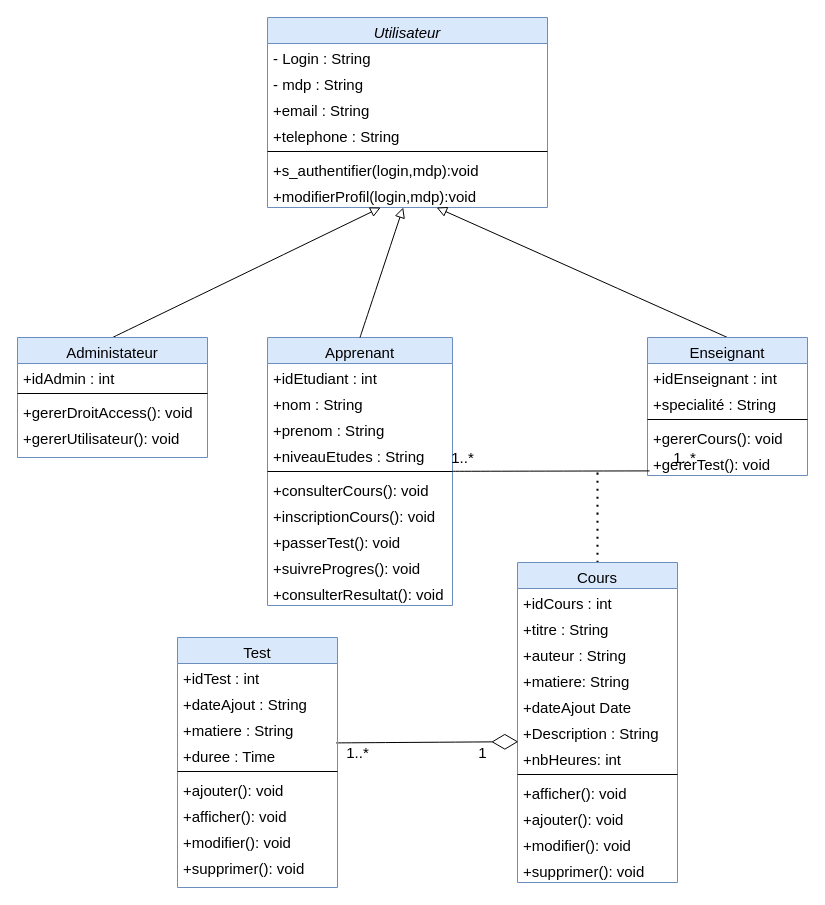
Above: Conception/class_diagram.drawio in RideneEmna/LMS_Intelligent_stage (draw.io), before the change. Source tidied: cells renumbered, new cells numbered last; positions are measured from the earlier drawing's top-left corner, leaving out a move shared by most shapes. Both pictures are drawn from the tidied source at 100%, with x=0, y=0 at pixel (17, 17).
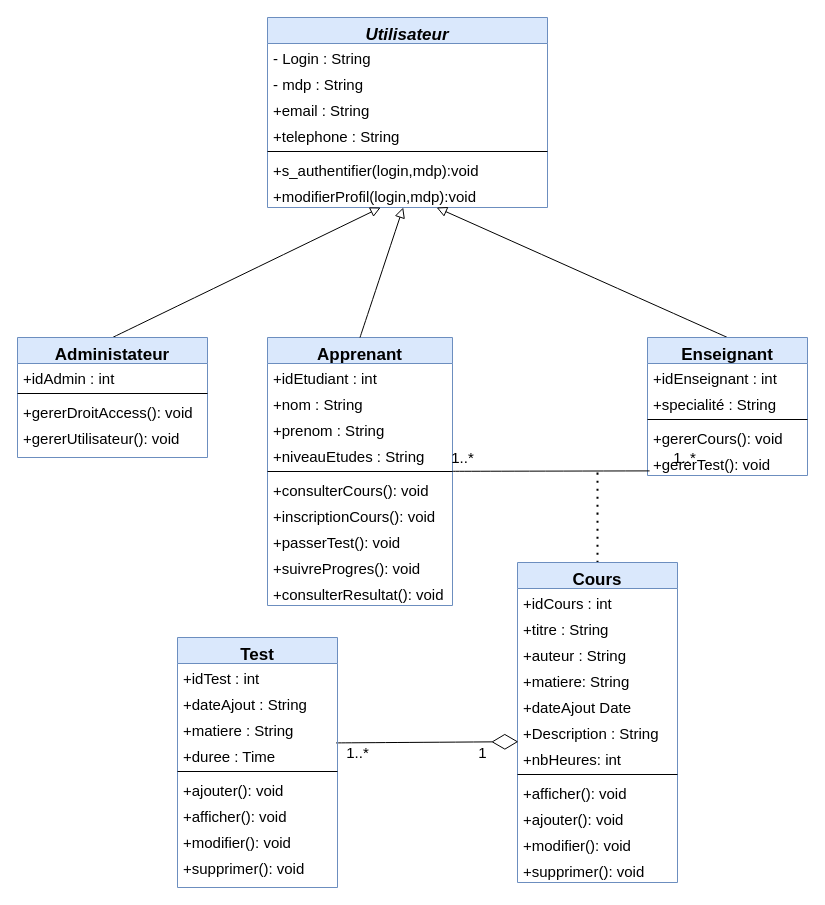
Above is the later version.

Change to the diagram source:
```diff
@@
-    <mxCell id="2" value="Utilisateur" style="swimlane;fontStyle=2;align=center;verticalAlign=top;horizontal=1;startSize=26;rounded=0;shadow=0;strokeWidth=1;fillColor=#dae8fc;strokeColor=#6c8ebf;fontSize=15;" parent="1" vertex="1">
+    <mxCell id="2" value="Utilisateur" style="swimlane;fontStyle=3;align=center;verticalAlign=top;horizontal=1;startSize=26;rounded=0;shadow=0;strokeWidth=1;fillColor=#dae8fc;strokeColor=#6c8ebf;fontSize=17;" parent="1" vertex="1">
       <mxGeometry x="250" width="280" height="190" as="geometry" />
     </mxCell>
@@
-    <mxCell id="10" value="Apprenant" style="swimlane;fontStyle=0;align=center;verticalAlign=top;horizontal=1;startSize=26;rounded=0;shadow=0;strokeWidth=1;fillColor=#dae8fc;strokeColor=#6c8ebf;fontSize=15;" parent="1" vertex="1">
+    <mxCell id="10" value="Apprenant" style="swimlane;fontStyle=1;align=center;verticalAlign=top;horizontal=1;startSize=26;rounded=0;shadow=0;strokeWidth=1;fillColor=#dae8fc;strokeColor=#6c8ebf;fontSize=17;" parent="1" vertex="1">
       <mxGeometry x="250" y="320" width="185" height="268" as="geometry" />
     </mxCell>
@@
-    <mxCell id="22" value="Administateur" style="swimlane;fontStyle=0;align=center;verticalAlign=top;horizontal=1;startSize=26;rounded=0;shadow=0;strokeWidth=1;fillColor=#dae8fc;strokeColor=#6c8ebf;fontSize=15;" parent="1" vertex="1">
+    <mxCell id="22" value="Administateur" style="swimlane;fontStyle=1;align=center;verticalAlign=top;horizontal=1;startSize=26;rounded=0;shadow=0;strokeWidth=1;fillColor=#dae8fc;strokeColor=#6c8ebf;fontSize=17;" parent="1" vertex="1">
       <mxGeometry y="320" width="190" height="120" as="geometry" />
     </mxCell>
@@
-    <mxCell id="28" value="Enseignant" style="swimlane;fontStyle=0;align=center;verticalAlign=top;horizontal=1;startSize=26;rounded=0;shadow=0;strokeWidth=1;fillColor=#dae8fc;strokeColor=#6c8ebf;fontSize=15;" parent="1" vertex="1">
+    <mxCell id="28" value="Enseignant" style="swimlane;fontStyle=1;align=center;verticalAlign=top;horizontal=1;startSize=26;rounded=0;shadow=0;strokeWidth=1;fillColor=#dae8fc;strokeColor=#6c8ebf;fontSize=17;" parent="1" vertex="1">
       <mxGeometry x="630" y="320" width="160" height="138" as="geometry" />
     </mxCell>
@@
-    <mxCell id="36" value="Cours" style="swimlane;fontStyle=0;align=center;verticalAlign=top;horizontal=1;startSize=26;rounded=0;shadow=0;strokeWidth=1;fillColor=#dae8fc;strokeColor=#6c8ebf;fontSize=15;" parent="1" vertex="1">
+    <mxCell id="36" value="Cours" style="swimlane;fontStyle=1;align=center;verticalAlign=top;horizontal=1;startSize=26;rounded=0;shadow=0;strokeWidth=1;fillColor=#dae8fc;strokeColor=#6c8ebf;fontSize=17;" parent="1" vertex="1">
       <mxGeometry x="500" y="545" width="160" height="320" as="geometry" />
     </mxCell>
@@
-    <mxCell id="51" value="Test" style="swimlane;fontStyle=0;align=center;verticalAlign=top;horizontal=1;startSize=26;rounded=0;shadow=0;strokeWidth=1;fillColor=#dae8fc;strokeColor=#6c8ebf;fontSize=15;" parent="1" vertex="1">
+    <mxCell id="51" value="Test" style="swimlane;fontStyle=1;align=center;verticalAlign=top;horizontal=1;startSize=26;rounded=0;shadow=0;strokeWidth=1;fillColor=#dae8fc;strokeColor=#6c8ebf;fontSize=17;" parent="1" vertex="1">
       <mxGeometry x="160" y="620" width="160" height="250" as="geometry" />
     </mxCell>
```
